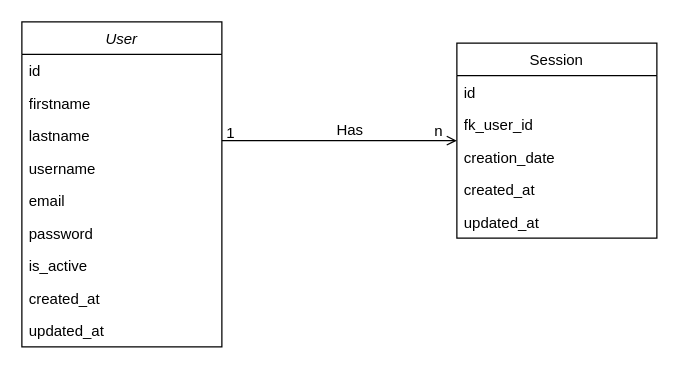
Above: _docs/Entity Relationship Diagrams (ERD).drawio in gervasioartur/walletwise-clean-graphql-api (draw.io), before the change. Source tidied: cells renumbered, new cells numbered last; positions are measured from the earlier drawing's top-left corner, leaving out a move shared by most shapes. Both pictures are drawn from the tidied source at 125%, with x=0, y=0 at pixel (21, 21).
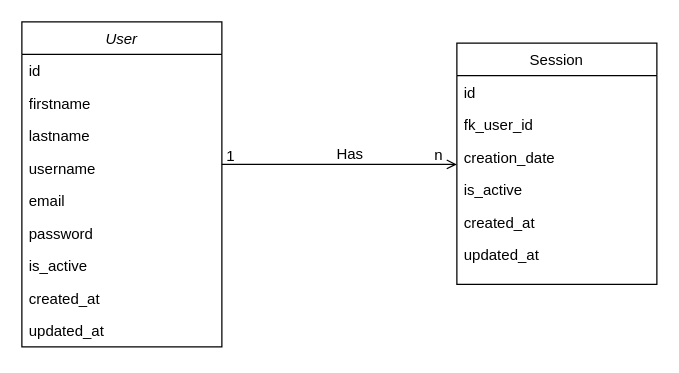
After the change.

Commit message:
docs: add creation date to ERD

Diff of the diagram source:
```diff
@@
     <mxCell id="12" value="Session" style="swimlane;fontStyle=0;align=center;verticalAlign=top;horizontal=1;startSize=26;rounded=0;shadow=0;strokeWidth=1;" parent="1" vertex="1">
-      <mxGeometry x="348" y="17" width="160" height="156" as="geometry" />
+      <mxGeometry x="348" y="17" width="160" height="193" as="geometry" />
     </mxCell>
@@
-    <mxCell id="16" value="created_at" style="text;align=left;verticalAlign=top;spacingLeft=4;spacingRight=4;overflow=hidden;rounded=0;shadow=0;html=0;" parent="12" vertex="1">
-      <mxGeometry y="104" width="160" height="26" as="geometry" />
-    </mxCell>
+    <mxCell id="22" value="is_active" style="text;align=left;verticalAlign=top;spacingLeft=4;spacingRight=4;overflow=hidden;rounded=0;shadow=0;html=0;" parent="12" vertex="1">
+      <mxGeometry y="104" width="160" height="26" as="geometry" />
+    </mxCell>
-    <mxCell id="17" value="updated_at" style="text;align=left;verticalAlign=top;spacingLeft=4;spacingRight=4;overflow=hidden;rounded=0;shadow=0;html=0;" parent="12" vertex="1">
+    <mxCell id="17" value="created_at" style="text;align=left;verticalAlign=top;spacingLeft=4;spacingRight=4;overflow=hidden;rounded=0;shadow=0;html=0;" parent="12" vertex="1">
       <mxGeometry y="130" width="160" height="26" as="geometry" />
     </mxCell>
+    <mxCell id="23" value="updated_at" style="text;align=left;verticalAlign=top;spacingLeft=4;spacingRight=4;overflow=hidden;rounded=0;shadow=0;html=0;" parent="12" vertex="1">
+      <mxGeometry y="156" width="160" height="28" as="geometry" />
+    </mxCell>
```
